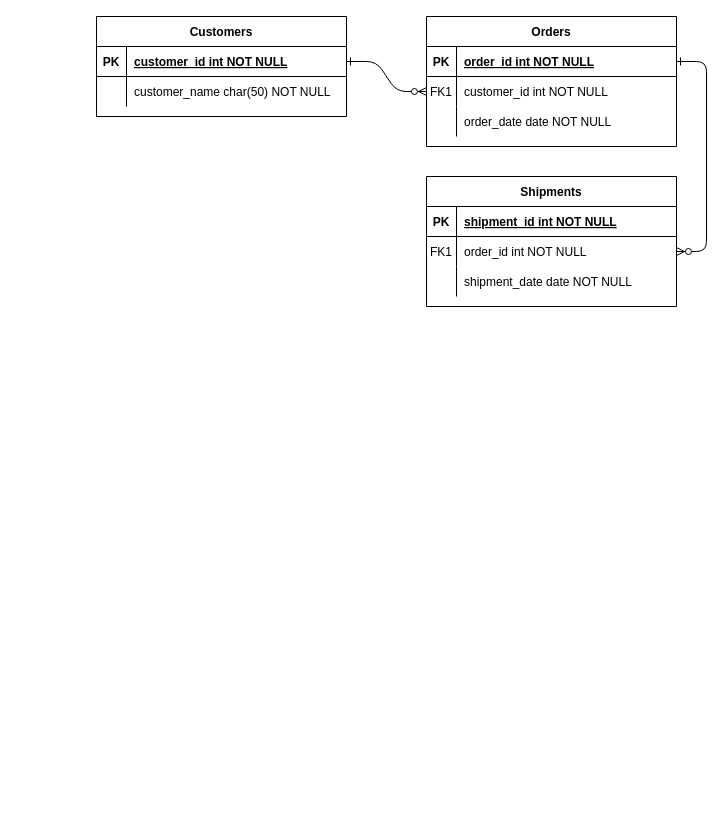
The draw.io diagram Diagrama sin título.drawio in JonhNino/Tarea1Especializacion, before the edit. Source tidied: cells renumbered, new cells numbered last; positions are measured from the earlier drawing's top-left corner, leaving out a move shared by most shapes. Both pictures are drawn from the tidied source at 100%, with x=0, y=0 at pixel (96, 16).
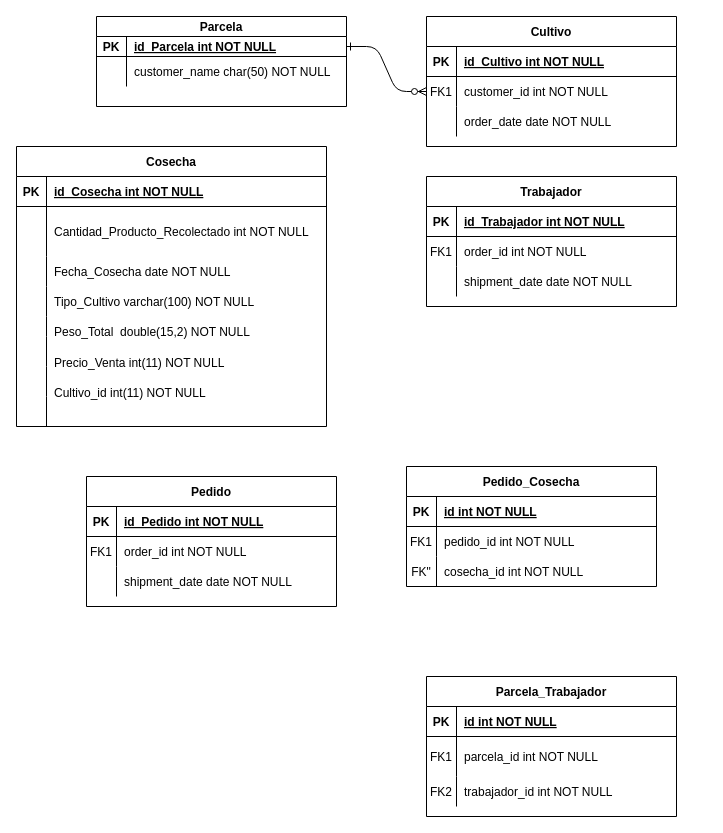
Above is the later version.

The change refers to these unchanged cells:
```xml
<mxCell id="5" style="shape=partialRectangle;fillColor=none;points=[[0,0.5],[1,0.5]];portConstraint=eastwest;top=0;left=0;right=0;bottom=1;" parent="4" vertex="1">
  <mxGeometry y="30" width="250" height="30" as="geometry" />
</mxCell>
<mxCell id="15" style="shape=partialRectangle;fillColor=none;top=0;left=0;right=0;bottom=1;" parent="14" vertex="1">
  <mxGeometry y="30" width="250" height="30" as="geometry" />
</mxCell>
<mxCell id="18" style="shape=partialRectangle;fillColor=none;points=[[0,0.5],[1,0.5]];portConstraint=eastwest;top=0;left=0;right=0;bottom=0;" parent="14" vertex="1">
  <mxGeometry y="60" width="250" height="30" as="geometry" />
</mxCell>
```

Change to the diagram source:
```diff
@@
-    <mxCell id="3" style="edgeStyle=entityRelationEdgeStyle;endArrow=ERzeroToMany;startArrow=ERone;endFill=1;startFill=0;" parent="1" edge="1" source="5" target="18">
-      <mxGeometry relative="1" as="geometry" />
-    </mxCell>
-    <mxCell id="4" value="Orders" style="shape=table;startSize=30;childLayout=tableLayout;rowLines=0;fontStyle=1;align=center;" parent="1" vertex="1">
+    <mxCell id="4" value="Cultivo" style="shape=table;startSize=30;childLayout=tableLayout;rowLines=0;fontStyle=1;align=center;" parent="1" vertex="1">
       <mxGeometry x="330" width="250" height="130" as="geometry" />
     </mxCell>
@@
-    <mxCell id="7" value="order_id int NOT NULL " style="shape=partialRectangle;overflow=hidden;fillColor=none;top=0;left=0;bottom=0;right=0;align=left;spacingLeft=6;fontStyle=5;" parent="5" vertex="1">
+    <mxCell id="7" value="id_Cultivo int NOT NULL " style="shape=partialRectangle;overflow=hidden;fillColor=none;top=0;left=0;bottom=0;right=0;align=left;spacingLeft=6;fontStyle=5;" parent="5" vertex="1">
       <mxGeometry x="30" width="220" height="30" as="geometry" />
     </mxCell>
@@
-    <mxCell id="14" value="Shipments" style="shape=table;startSize=30;childLayout=tableLayout;rowLines=0;fontStyle=1;align=center;" parent="1" vertex="1">
+    <mxCell id="14" value="Trabajador" style="shape=table;startSize=30;childLayout=tableLayout;rowLines=0;fontStyle=1;align=center;" parent="1" vertex="1">
       <mxGeometry x="330" y="160" width="250" height="130" as="geometry" />
     </mxCell>
@@
-    <mxCell id="17" value="shipment_id int NOT NULL " style="shape=partialRectangle;overflow=hidden;fillColor=none;top=0;left=0;bottom=0;right=0;align=left;spacingLeft=6;fontStyle=5;" parent="15" vertex="1">
+    <mxCell id="17" value="id_Trabajador int NOT NULL" style="shape=partialRectangle;overflow=hidden;fillColor=none;top=0;left=0;bottom=0;right=0;align=left;spacingLeft=6;fontStyle=5;" parent="15" vertex="1">
       <mxGeometry x="30" width="220" height="30" as="geometry" />
     </mxCell>
@@
-    <mxCell id="24" value="Customers" style="shape=table;startSize=30;childLayout=tableLayout;rowLines=0;fontStyle=1;align=center;" parent="1" vertex="1">
-      <mxGeometry width="250" height="100" as="geometry" />
+    <mxCell id="24" value="Parcela" style="shape=table;startSize=20;childLayout=tableLayout;rowLines=0;fontStyle=1;align=center;" parent="1" vertex="1">
+      <mxGeometry width="250" height="90" as="geometry" />
     </mxCell>
     <mxCell id="25" style="shape=partialRectangle;fillColor=none;points=[[0,0.5],[1,0.5]];portConstraint=eastwest;top=0;left=0;right=0;bottom=1;" parent="24" vertex="1">
-      <mxGeometry y="30" width="250" height="30" as="geometry" />
+      <mxGeometry y="20" width="250" height="20" as="geometry" />
     </mxCell>
     <mxCell id="26" value="PK" style="shape=partialRectangle;overflow=hidden;fillColor=none;top=0;left=0;bottom=0;right=0;fontStyle=1;" parent="25" vertex="1">
-      <mxGeometry width="30" height="30" as="geometry" />
+      <mxGeometry width="30" height="20" as="geometry" />
     </mxCell>
-    <mxCell id="27" value="customer_id int NOT NULL " style="shape=partialRectangle;overflow=hidden;fillColor=none;top=0;left=0;bottom=0;right=0;align=left;spacingLeft=6;fontStyle=5;" parent="25" vertex="1">
-      <mxGeometry x="30" width="220" height="30" as="geometry" />
+    <mxCell id="27" value="id_Parcela int NOT NULL " style="shape=partialRectangle;overflow=hidden;fillColor=none;top=0;left=0;bottom=0;right=0;align=left;spacingLeft=6;fontStyle=5;" parent="25" vertex="1">
+      <mxGeometry x="30" width="220" height="20" as="geometry" />
     </mxCell>
     <mxCell id="28" style="shape=partialRectangle;fillColor=none;top=0;left=0;right=0;bottom=0;" parent="24" vertex="1">
-      <mxGeometry y="60" width="250" height="30" as="geometry" />
+      <mxGeometry y="40" width="250" height="30" as="geometry" />
     </mxCell>
@@
+    <mxCell id="31" value="Cosecha" style="shape=table;startSize=30;childLayout=tableLayout;rowLines=0;fontStyle=1;align=center;" parent="1" vertex="1">
+      <mxGeometry x="-80" y="130" width="310" height="280" as="geometry" />
+    </mxCell>
+    <mxCell id="32" style="shape=partialRectangle;fillColor=none;top=0;left=0;right=0;bottom=1;" parent="31" vertex="1">
+      <mxGeometry y="30" width="310" height="30" as="geometry" />
+    </mxCell>
+    <mxCell id="33" value="PK" style="shape=partialRectangle;overflow=hidden;fillColor=none;top=0;left=0;bottom=0;right=0;fontStyle=1;" parent="32" vertex="1">
+      <mxGeometry width="30" height="30" as="geometry" />
+    </mxCell>
+    <mxCell id="34" value="id_Cosecha int NOT NULL " style="shape=partialRectangle;overflow=hidden;fillColor=none;top=0;left=0;bottom=0;right=0;align=left;spacingLeft=6;fontStyle=5;" parent="32" vertex="1">
+      <mxGeometry x="30" width="280" height="30" as="geometry" />
+    </mxCell>
+    <mxCell id="35" style="shape=partialRectangle;fillColor=none;top=0;left=0;right=0;bottom=0;" parent="31" vertex="1">
+      <mxGeometry y="60" width="310" height="50" as="geometry" />
+    </mxCell>
+    <mxCell id="36" style="shape=partialRectangle;overflow=hidden;fillColor=none;top=0;left=0;bottom=0;right=0;" parent="35" vertex="1">
+      <mxGeometry width="30" height="50" as="geometry" />
+    </mxCell>
+    <mxCell id="37" value="Cantidad_Producto_Recolectado int NOT NULL" style="shape=partialRectangle;overflow=hidden;fillColor=none;top=0;left=0;bottom=0;right=0;align=left;spacingLeft=6;" parent="35" vertex="1">
+      <mxGeometry x="30" width="280" height="50" as="geometry" />
+    </mxCell>
+    <mxCell id="38" style="shape=partialRectangle;fillColor=none;top=0;left=0;right=0;bottom=0;" parent="31" vertex="1">
+      <mxGeometry y="110" width="310" height="30" as="geometry" />
+    </mxCell>
+    <mxCell id="39" style="shape=partialRectangle;overflow=hidden;fillColor=none;top=0;left=0;bottom=0;right=0;" parent="38" vertex="1">
+      <mxGeometry width="30" height="30" as="geometry" />
+    </mxCell>
+    <mxCell id="40" value="Fecha_Cosecha date NOT NULL" style="shape=partialRectangle;overflow=hidden;fillColor=none;top=0;left=0;bottom=0;right=0;align=left;spacingLeft=6;" parent="38" vertex="1">
+      <mxGeometry x="30" width="280" height="30" as="geometry" />
+    </mxCell>
+    <mxCell id="41" style="shape=partialRectangle;fillColor=none;top=0;left=0;right=0;bottom=0;" parent="31" vertex="1">
+      <mxGeometry y="140" width="310" height="30" as="geometry" />
+    </mxCell>
+    <mxCell id="42" style="shape=partialRectangle;overflow=hidden;fillColor=none;top=0;left=0;bottom=0;right=0;" parent="41" vertex="1">
+      <mxGeometry width="30" height="30" as="geometry" />
+    </mxCell>
+    <mxCell id="43" style="shape=partialRectangle;overflow=hidden;fillColor=none;top=0;left=0;bottom=0;right=0;align=left;spacingLeft=6;" parent="41" vertex="1">
+      <mxGeometry x="30" width="280" height="30" as="geometry" />
+    </mxCell>
+    <mxCell id="44" style="shape=partialRectangle;fillColor=none;top=0;left=0;right=0;bottom=0;" parent="31" vertex="1">
+      <mxGeometry y="170" width="310" height="20" as="geometry" />
+    </mxCell>
+    <mxCell id="45" style="shape=partialRectangle;overflow=hidden;fillColor=none;top=0;left=0;bottom=0;right=0;" parent="44" vertex="1">
+      <mxGeometry width="30" height="20" as="geometry" />
+    </mxCell>
+    <mxCell id="46" style="shape=partialRectangle;overflow=hidden;fillColor=none;top=0;left=0;bottom=0;right=0;align=left;spacingLeft=6;" parent="44" vertex="1">
+      <mxGeometry x="30" width="280" height="20" as="geometry" />
+    </mxCell>
+    <mxCell id="47" style="shape=partialRectangle;fillColor=none;top=0;left=0;right=0;bottom=0;" parent="31" vertex="1">
+      <mxGeometry y="190" width="310" height="30" as="geometry" />
+    </mxCell>
+    <mxCell id="48" style="shape=partialRectangle;overflow=hidden;fillColor=none;top=0;left=0;bottom=0;right=0;" parent="47" vertex="1">
+      <mxGeometry width="30" height="30" as="geometry" />
+    </mxCell>
+    <mxCell id="49" style="shape=partialRectangle;overflow=hidden;fillColor=none;top=0;left=0;bottom=0;right=0;align=left;spacingLeft=6;" parent="47" vertex="1">
+      <mxGeometry x="30" width="280" height="30" as="geometry" />
+    </mxCell>
+    <mxCell id="50" style="shape=partialRectangle;fillColor=none;top=0;left=0;right=0;bottom=0;" parent="31" vertex="1">
+      <mxGeometry y="220" width="310" height="30" as="geometry" />
+    </mxCell>
+    <mxCell id="51" style="shape=partialRectangle;overflow=hidden;fillColor=none;top=0;left=0;bottom=0;right=0;" parent="50" vertex="1">
+      <mxGeometry width="30" height="30" as="geometry" />
+    </mxCell>
+    <mxCell id="52" style="shape=partialRectangle;overflow=hidden;fillColor=none;top=0;left=0;bottom=0;right=0;align=left;spacingLeft=6;" parent="50" vertex="1">
+      <mxGeometry x="30" width="280" height="30" as="geometry" />
+    </mxCell>
+    <mxCell id="53" style="shape=partialRectangle;fillColor=none;top=0;left=0;right=0;bottom=0;" parent="31" vertex="1">
+      <mxGeometry y="250" width="310" height="30" as="geometry" />
+    </mxCell>
+    <mxCell id="54" style="shape=partialRectangle;overflow=hidden;fillColor=none;top=0;left=0;bottom=0;right=0;" parent="53" vertex="1">
+      <mxGeometry width="30" height="30" as="geometry" />
+    </mxCell>
+    <mxCell id="55" style="shape=partialRectangle;overflow=hidden;fillColor=none;top=0;left=0;bottom=0;right=0;align=left;spacingLeft=6;" parent="53" vertex="1">
+      <mxGeometry x="30" width="280" height="30" as="geometry" />
+    </mxCell>
+    <mxCell id="56" value="Pedido" style="shape=table;startSize=30;childLayout=tableLayout;rowLines=0;fontStyle=1;align=center;" parent="1" vertex="1">
+      <mxGeometry x="-10" y="460" width="250" height="130" as="geometry" />
+    </mxCell>
+    <mxCell id="57" style="shape=partialRectangle;fillColor=none;top=0;left=0;right=0;bottom=1;" parent="56" vertex="1">
+      <mxGeometry y="30" width="250" height="30" as="geometry" />
+    </mxCell>
+    <mxCell id="58" value="PK" style="shape=partialRectangle;overflow=hidden;fillColor=none;top=0;left=0;bottom=0;right=0;fontStyle=1;" parent="57" vertex="1">
+      <mxGeometry width="30" height="30" as="geometry" />
+    </mxCell>
+    <mxCell id="59" value="id_Pedido int NOT NULL" style="shape=partialRectangle;overflow=hidden;fillColor=none;top=0;left=0;bottom=0;right=0;align=left;spacingLeft=6;fontStyle=5;" parent="57" vertex="1">
+      <mxGeometry x="30" width="220" height="30" as="geometry" />
+    </mxCell>
+    <mxCell id="60" style="shape=partialRectangle;fillColor=none;top=0;left=0;right=0;bottom=0;" parent="56" vertex="1">
+      <mxGeometry y="60" width="250" height="30" as="geometry" />
+    </mxCell>
+    <mxCell id="61" value="FK1" style="shape=partialRectangle;overflow=hidden;fillColor=none;top=0;left=0;bottom=0;right=0;" parent="60" vertex="1">
+      <mxGeometry width="30" height="30" as="geometry" />
+    </mxCell>
+    <mxCell id="62" value="order_id int NOT NULL" style="shape=partialRectangle;overflow=hidden;fillColor=none;top=0;left=0;bottom=0;right=0;align=left;spacingLeft=6;" parent="60" vertex="1">
+      <mxGeometry x="30" width="220" height="30" as="geometry" />
+    </mxCell>
+    <mxCell id="63" style="shape=partialRectangle;fillColor=none;top=0;left=0;right=0;bottom=0;" parent="56" vertex="1">
+      <mxGeometry y="90" width="250" height="30" as="geometry" />
+    </mxCell>
+    <mxCell id="64" style="shape=partialRectangle;overflow=hidden;fillColor=none;top=0;left=0;bottom=0;right=0;" parent="63" vertex="1">
+      <mxGeometry width="30" height="30" as="geometry" />
+    </mxCell>
+    <mxCell id="65" value="shipment_date date NOT NULL" style="shape=partialRectangle;overflow=hidden;fillColor=none;top=0;left=0;bottom=0;right=0;align=left;spacingLeft=6;" parent="63" vertex="1">
+      <mxGeometry x="30" width="220" height="30" as="geometry" />
+    </mxCell>
+    <mxCell id="66" value="Pedido_Cosecha" style="shape=table;startSize=30;childLayout=tableLayout;rowLines=0;fontStyle=1;align=center;" parent="1" vertex="1">
+      <mxGeometry x="310" y="450" width="250" height="120" as="geometry" />
+    </mxCell>
+    <mxCell id="67" style="shape=partialRectangle;fillColor=none;top=0;left=0;right=0;bottom=1;" parent="66" vertex="1">
+      <mxGeometry y="30" width="250" height="30" as="geometry" />
+    </mxCell>
+    <mxCell id="68" value="PK" style="shape=partialRectangle;overflow=hidden;fillColor=none;top=0;left=0;bottom=0;right=0;fontStyle=1;" parent="67" vertex="1">
+      <mxGeometry width="30" height="30" as="geometry" />
+    </mxCell>
+    <mxCell id="69" value="id int NOT NULL" style="shape=partialRectangle;overflow=hidden;fillColor=none;top=0;left=0;bottom=0;right=0;align=left;spacingLeft=6;fontStyle=5;" parent="67" vertex="1">
+      <mxGeometry x="30" width="220" height="30" as="geometry" />
+    </mxCell>
+    <mxCell id="70" style="shape=partialRectangle;fillColor=none;top=0;left=0;right=0;bottom=0;" parent="66" vertex="1">
+      <mxGeometry y="60" width="250" height="30" as="geometry" />
+    </mxCell>
+    <mxCell id="71" value="FK1" style="shape=partialRectangle;overflow=hidden;fillColor=none;top=0;left=0;bottom=0;right=0;" parent="70" vertex="1">
+      <mxGeometry width="30" height="30" as="geometry" />
+    </mxCell>
+    <mxCell id="72" value="pedido_id int NOT NULL" style="shape=partialRectangle;overflow=hidden;fillColor=none;top=0;left=0;bottom=0;right=0;align=left;spacingLeft=6;" parent="70" vertex="1">
+      <mxGeometry x="30" width="220" height="30" as="geometry" />
+    </mxCell>
+    <mxCell id="73" style="shape=partialRectangle;fillColor=none;top=0;left=0;right=0;bottom=0;" parent="66" vertex="1">
+      <mxGeometry y="90" width="250" height="30" as="geometry" />
+    </mxCell>
+    <mxCell id="74" style="shape=partialRectangle;overflow=hidden;fillColor=none;top=0;left=0;bottom=0;right=0;" parent="73" vertex="1">
+      <mxGeometry width="30" height="30" as="geometry" />
+    </mxCell>
+    <mxCell id="75" style="shape=partialRectangle;overflow=hidden;fillColor=none;top=0;left=0;bottom=0;right=0;align=left;spacingLeft=6;" parent="73" vertex="1">
+      <mxGeometry x="30" width="220" height="30" as="geometry" />
+    </mxCell>
+    <mxCell id="76" value="Parcela_Trabajador" style="shape=table;startSize=30;childLayout=tableLayout;rowLines=0;fontStyle=1;align=center;" parent="1" vertex="1">
+      <mxGeometry x="330" y="660" width="250" height="140" as="geometry" />
+    </mxCell>
+    <mxCell id="77" style="shape=partialRectangle;fillColor=none;top=0;left=0;right=0;bottom=1;" parent="76" vertex="1">
+      <mxGeometry y="30" width="250" height="30" as="geometry" />
+    </mxCell>
+    <mxCell id="78" value="PK" style="shape=partialRectangle;overflow=hidden;fillColor=none;top=0;left=0;bottom=0;right=0;fontStyle=1;" parent="77" vertex="1">
+      <mxGeometry width="30" height="30" as="geometry" />
+    </mxCell>
+    <mxCell id="79" value="id int NOT NULL" style="shape=partialRectangle;overflow=hidden;fillColor=none;top=0;left=0;bottom=0;right=0;align=left;spacingLeft=6;fontStyle=5;" parent="77" vertex="1">
+      <mxGeometry x="30" width="220" height="30" as="geometry" />
+    </mxCell>
+    <mxCell id="80" style="shape=partialRectangle;fillColor=none;top=0;left=0;right=0;bottom=0;" parent="76" vertex="1">
+      <mxGeometry y="60" width="250" height="40" as="geometry" />
+    </mxCell>
+    <mxCell id="81" value="FK1" style="shape=partialRectangle;overflow=hidden;fillColor=none;top=0;left=0;bottom=0;right=0;" parent="80" vertex="1">
+      <mxGeometry width="30" height="40" as="geometry" />
+    </mxCell>
+    <mxCell id="82" value="parcela_id int NOT NULL" style="shape=partialRectangle;overflow=hidden;fillColor=none;top=0;left=0;bottom=0;right=0;align=left;spacingLeft=6;" parent="80" vertex="1">
+      <mxGeometry x="30" width="220" height="40" as="geometry" />
+    </mxCell>
+    <mxCell id="83" style="shape=partialRectangle;fillColor=none;top=0;left=0;right=0;bottom=0;" parent="76" vertex="1">
+      <mxGeometry y="100" width="250" height="30" as="geometry" />
+    </mxCell>
+    <mxCell id="84" style="shape=partialRectangle;overflow=hidden;fillColor=none;top=0;left=0;bottom=0;right=0;" parent="83" vertex="1">
+      <mxGeometry width="30" height="30" as="geometry" />
+    </mxCell>
+    <mxCell id="85" style="shape=partialRectangle;overflow=hidden;fillColor=none;top=0;left=0;bottom=0;right=0;align=left;spacingLeft=6;" parent="83" vertex="1">
+      <mxGeometry x="30" width="220" height="30" as="geometry" />
+    </mxCell>
+    <mxCell id="86" style="shape=partialRectangle;fillColor=none;top=0;left=0;right=0;bottom=0;" parent="1" vertex="1">
+      <mxGeometry x="330" y="760" width="250" height="30" as="geometry" />
+    </mxCell>
+    <mxCell id="87" value="FK2" style="shape=partialRectangle;overflow=hidden;fillColor=none;top=0;left=0;bottom=0;right=0;" parent="86" vertex="1">
+      <mxGeometry width="30" height="30" as="geometry" />
+    </mxCell>
+    <mxCell id="88" value="trabajador_id int NOT NULL" style="shape=partialRectangle;overflow=hidden;fillColor=none;top=0;left=0;bottom=0;right=0;align=left;spacingLeft=6;" parent="86" vertex="1">
+      <mxGeometry x="30" width="220" height="30" as="geometry" />
+    </mxCell>
+    <mxCell id="89" style="shape=partialRectangle;fillColor=none;top=0;left=0;right=0;bottom=0;" parent="1" vertex="1">
+      <mxGeometry x="310" y="540" width="250" height="30" as="geometry" />
+    </mxCell>
+    <mxCell id="90" value="FK&quot;" style="shape=partialRectangle;overflow=hidden;fillColor=none;top=0;left=0;bottom=0;right=0;" parent="89" vertex="1">
+      <mxGeometry width="30" height="30" as="geometry" />
+    </mxCell>
+    <mxCell id="91" value="cosecha_id int NOT NULL" style="shape=partialRectangle;overflow=hidden;fillColor=none;top=0;left=0;bottom=0;right=0;align=left;spacingLeft=6;" parent="89" vertex="1">
+      <mxGeometry x="30" width="220" height="30" as="geometry" />
+    </mxCell>
+    <mxCell id="92" value="Tipo_Cultivo varchar(100) NOT NULL" style="shape=partialRectangle;overflow=hidden;fillColor=none;top=0;left=0;bottom=0;right=0;align=left;spacingLeft=6;" parent="1" vertex="1">
+      <mxGeometry x="-50" y="270" width="280" height="30" as="geometry" />
+    </mxCell>
+    <mxCell id="93" value="Peso_Total  double(15,2) NOT NULL" style="shape=partialRectangle;overflow=hidden;fillColor=none;top=0;left=0;bottom=0;right=0;align=left;spacingLeft=6;" parent="1" vertex="1">
+      <mxGeometry x="-50" y="300" width="280" height="30" as="geometry" />
+    </mxCell>
+    <mxCell id="94" value="Precio_Venta int(11) NOT NULL" style="shape=partialRectangle;overflow=hidden;fillColor=none;top=0;left=0;bottom=0;right=0;align=left;spacingLeft=6;" parent="1" vertex="1">
+      <mxGeometry x="-50" y="331" width="280" height="30" as="geometry" />
+    </mxCell>
+    <mxCell id="95" value="Cultivo_id int(11) NOT NULL" style="shape=partialRectangle;overflow=hidden;fillColor=none;top=0;left=0;bottom=0;right=0;align=left;spacingLeft=6;" parent="1" vertex="1">
+      <mxGeometry x="-50" y="361" width="280" height="30" as="geometry" />
+    </mxCell>
```
